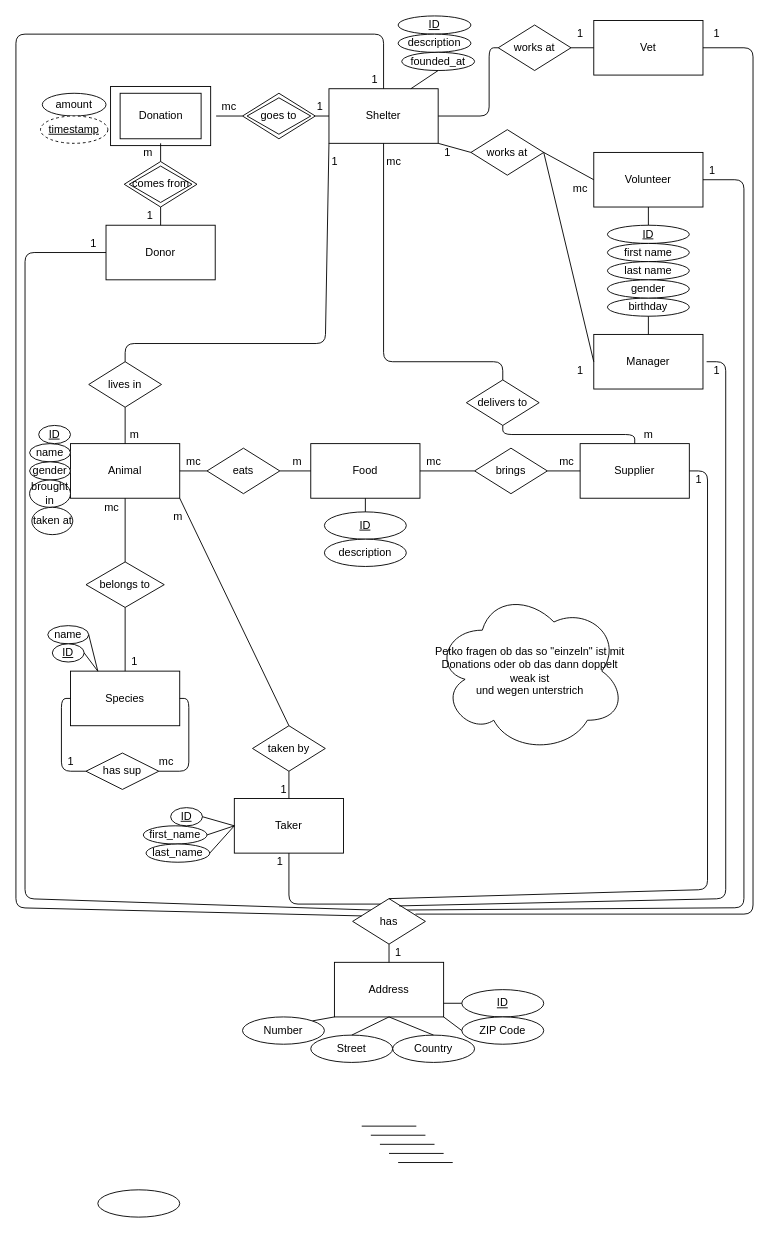
Earlier version of the draw.io diagram Chen-Notation.drawio (Mlorenz12/4.Sem_DB_Animal_Shelter). Source tidied: cells renumbered, new cells numbered last; positions are measured from the earlier drawing's top-left corner, leaving out a move shared by most shapes. Both pictures are drawn from the tidied source at 91%, with x=0, y=0 at pixel (15, 15).
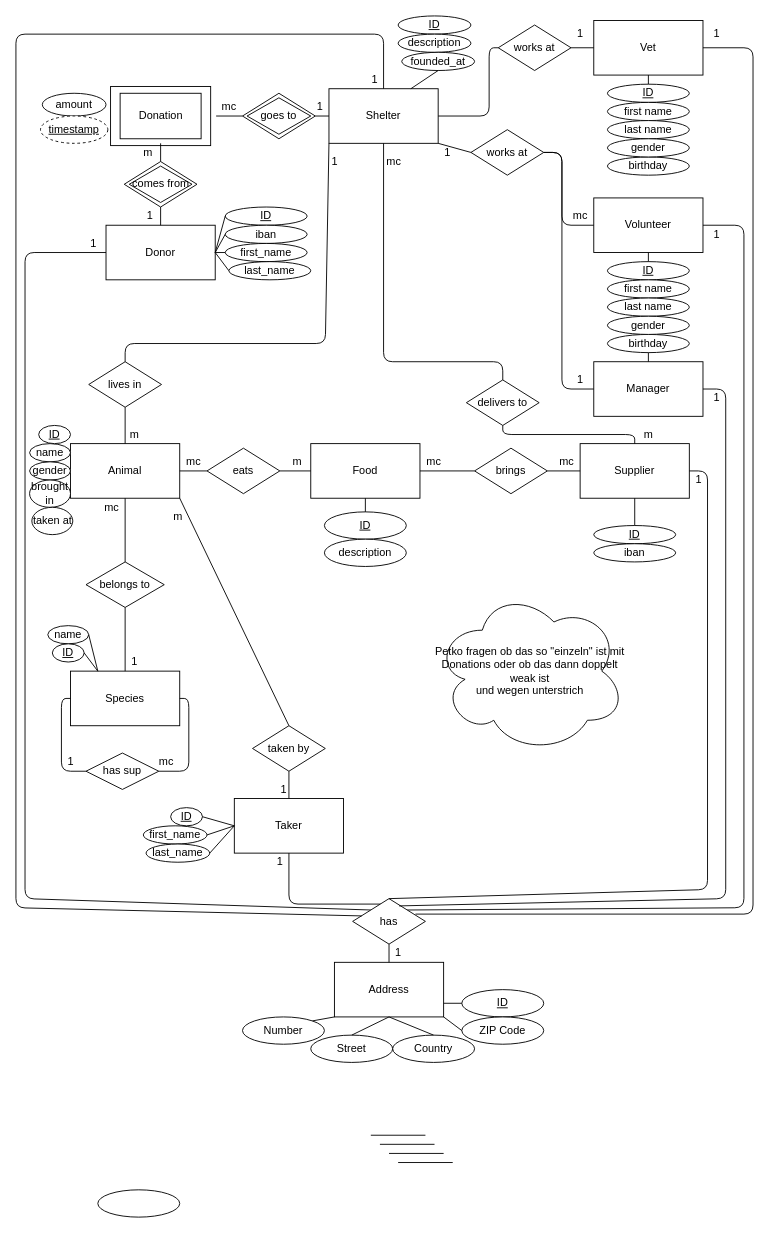
The same diagram, later.

Commit message:
Open Beta Chen-Notation.drawio

Unchanged cells that the change refers to:
```xml
<mxCell id="7" value="Donor" style="rounded=0;whiteSpace=wrap;html=1;" parent="1" vertex="1">
  <mxGeometry x="99" y="230" width="120" height="60" as="geometry" />
</mxCell>
<mxCell id="11" value="Vet" style="rounded=0;whiteSpace=wrap;html=1;" parent="1" vertex="1">
  <mxGeometry x="635" y="5" width="120" height="60" as="geometry" />
</mxCell>
<mxCell id="15" value="works at" style="rhombus;whiteSpace=wrap;html=1;" parent="1" vertex="1">
  <mxGeometry x="500" y="125" width="80" height="50" as="geometry" />
</mxCell>
<mxCell id="34" value="Supplier" style="rounded=0;whiteSpace=wrap;html=1;" parent="1" vertex="1">
  <mxGeometry x="620" y="470" width="120" height="60" as="geometry" />
</mxCell>
<mxCell id="50" value="has" style="rhombus;whiteSpace=wrap;html=1;" parent="1" vertex="1">
  <mxGeometry x="370" y="970" width="80" height="50" as="geometry" />
</mxCell>
```

Diff of the diagram source:
```diff
@@
     <mxCell id="8" value="Volunteer" style="rounded=0;whiteSpace=wrap;html=1;" parent="1" vertex="1">
-      <mxGeometry x="635" y="150" width="120" height="60" as="geometry" />
+      <mxGeometry x="635" y="200" width="120" height="60" as="geometry" />
     </mxCell>
     <mxCell id="9" value="Manager" style="rounded=0;whiteSpace=wrap;html=1;" parent="1" vertex="1">
-      <mxGeometry x="635" y="350" width="120" height="60" as="geometry" />
+      <mxGeometry x="635" y="380" width="120" height="60" as="geometry" />
     </mxCell>
@@
     <mxCell id="14" style="endArrow=none;html=1;entryX=0;entryY=0.5;entryDx=0;entryDy=0;exitX=1;exitY=0.5;exitDx=0;exitDy=0;" parent="1" edge="1" source="15" target="8">
-      <mxGeometry relative="1" as="geometry" />
+      <mxGeometry relative="1" as="geometry">
+        <Array as="points">
+          <mxPoint x="600" y="150" />
+          <mxPoint x="600" y="230" />
+        </Array>
+      </mxGeometry>
     </mxCell>
@@
     <mxCell id="25" style="endArrow=none;html=1;exitX=1;exitY=0.5;exitDx=0;exitDy=0;entryX=0;entryY=0.5;entryDx=0;entryDy=0;" parent="1" edge="1" source="15" target="9">
-      <mxGeometry relative="1" as="geometry" />
+      <mxGeometry relative="1" as="geometry">
+        <Array as="points">
+          <mxPoint x="600" y="150" />
+          <mxPoint x="600" y="410" />
+        </Array>
+      </mxGeometry>
     </mxCell>
@@
     <mxCell id="49" style="endArrow=none;html=1;exitX=1;exitY=0;exitDx=0;exitDy=0;entryX=1;entryY=0.5;entryDx=0;entryDy=0;" parent="1" edge="1" source="50" target="8">
       <mxGeometry relative="1" as="geometry">
         <Array as="points">
           <mxPoint x="800" y="980" />
-          <mxPoint x="800" y="180" />
+          <mxPoint x="800" y="230" />
         </Array>
       </mxGeometry>
     </mxCell>
@@
-    <mxCell id="53" style="endArrow=none;html=1;exitX=0.638;exitY=0.16;exitDx=0;exitDy=0;exitPerimeter=0;entryX=-0.05;entryY=0;entryDx=0;entryDy=0;entryPerimeter=0;" parent="1" edge="1" source="50" target="58">
+    <mxCell id="53" style="endArrow=none;html=1;exitX=0.638;exitY=0.16;exitDx=0;exitDy=0;exitPerimeter=0;entryX=1;entryY=0.5;entryDx=0;entryDy=0;" parent="1" edge="1" source="50" target="9">
       <mxGeometry relative="1" as="geometry">
         <Array as="points">
           <mxPoint x="780" y="970" />
-          <mxPoint x="780" y="380" />
+          <mxPoint x="780" y="410" />
         </Array>
       </mxGeometry>
     </mxCell>
@@
     <mxCell id="58" value="1" style="text;html=1;align=center;verticalAlign=middle;points=[];" parent="1" vertex="1">
-      <mxGeometry x="760" y="380" width="20" height="20" as="geometry" />
+      <mxGeometry x="760" y="410" width="20" height="20" as="geometry" />
     </mxCell>
     <mxCell id="59" value="1" style="text;html=1;align=center;verticalAlign=middle;" parent="1" vertex="1">
-      <mxGeometry x="755" y="160" width="20" height="20" as="geometry" />
+      <mxGeometry x="760" y="230" width="20" height="20" as="geometry" />
     </mxCell>
@@
-    <mxCell id="98" style="endArrow=none;html=1;" parent="1" edge="1">
-      <mxGeometry relative="1" as="geometry">
-        <mxPoint x="380" y="1220" as="sourcePoint" />
-        <mxPoint x="440" y="1220" as="targetPoint" />
-      </mxGeometry>
+    <mxCell id="98" style="endArrow=none;html=1;exitX=1;exitY=0.5;exitDx=0;exitDy=0;entryX=0;entryY=0.5;entryDx=0;entryDy=0;" parent="1" edge="1" source="7" target="141">
+      <mxGeometry relative="1" as="geometry" />
     </mxCell>
@@
     <mxCell id="124" value="mc" style="text;html=1;align=center;verticalAlign=middle;" parent="1" vertex="1">
-      <mxGeometry x="605" y="180" width="30" height="20" as="geometry" />
+      <mxGeometry x="605" y="210" width="30" height="20" as="geometry" />
     </mxCell>
     <mxCell id="125" value="1" style="text;html=1;align=center;verticalAlign=middle;" parent="1" vertex="1">
-      <mxGeometry x="610" y="380" width="20" height="20" as="geometry" />
+      <mxGeometry x="610" y="390" width="20" height="20" as="geometry" />
     </mxCell>
     <mxCell id="126" value="birthday" style="ellipse;whiteSpace=wrap;html=1;" parent="1" vertex="1">
-      <mxGeometry x="650" y="310" width="90" height="20" as="geometry" />
+      <mxGeometry x="650" y="350" width="90" height="20" as="geometry" />
     </mxCell>
     <mxCell id="127" value="&lt;u&gt;ID&lt;/u&gt;" style="ellipse;whiteSpace=wrap;html=1;" parent="1" vertex="1">
-      <mxGeometry x="650" y="230" width="90" height="20" as="geometry" />
+      <mxGeometry x="650" y="270" width="90" height="20" as="geometry" />
     </mxCell>
     <mxCell id="128" value="first name" style="ellipse;whiteSpace=wrap;html=1;" parent="1" vertex="1">
-      <mxGeometry x="650" y="250" width="90" height="20" as="geometry" />
+      <mxGeometry x="650" y="290" width="90" height="20" as="geometry" />
     </mxCell>
     <mxCell id="129" value="last name" style="ellipse;whiteSpace=wrap;html=1;" parent="1" vertex="1">
-      <mxGeometry x="650" y="270" width="90" height="20" as="geometry" />
+      <mxGeometry x="650" y="310" width="90" height="20" as="geometry" />
     </mxCell>
     <mxCell id="130" value="gender" style="ellipse;whiteSpace=wrap;html=1;" parent="1" vertex="1">
-      <mxGeometry x="650" y="290" width="90" height="20" as="geometry" />
+      <mxGeometry x="650" y="330" width="90" height="20" as="geometry" />
     </mxCell>
-    <mxCell id="131" style="endArrow=none;html=1;exitX=0.5;exitY=1;exitDx=0;exitDy=0;entryX=0.5;entryY=0;entryDx=0;entryDy=0;" parent="1" edge="1" source="8" target="127">
-      <mxGeometry relative="1" as="geometry" />
+    <mxCell id="131" style="endArrow=none;html=1;exitX=0.5;exitY=1;exitDx=0;exitDy=0;entryX=0.5;entryY=0;entryDx=0;entryDy=0;" parent="1" edge="1" target="127">
+      <mxGeometry relative="1" as="geometry">
+        <mxPoint x="695" y="260" as="sourcePoint" />
+      </mxGeometry>
     </mxCell>
@@
+    <mxCell id="138" value="&lt;u&gt;ID&lt;/u&gt;" style="ellipse;whiteSpace=wrap;html=1;" parent="1" vertex="1">
+      <mxGeometry x="230" y="210" width="90" height="20" as="geometry" />
+    </mxCell>
+    <mxCell id="139" value="iban" style="ellipse;whiteSpace=wrap;html=1;" parent="1" vertex="1">
+      <mxGeometry x="230" y="230" width="90" height="20" as="geometry" />
+    </mxCell>
+    <mxCell id="140" value="first_name" style="ellipse;whiteSpace=wrap;html=1;" parent="1" vertex="1">
+      <mxGeometry x="230" y="250" width="90" height="20" as="geometry" />
+    </mxCell>
+    <mxCell id="141" value="last_name" style="ellipse;whiteSpace=wrap;html=1;" parent="1" vertex="1">
+      <mxGeometry x="234" y="270" width="90" height="20" as="geometry" />
+    </mxCell>
+    <mxCell id="142" style="endArrow=none;html=1;exitX=1;exitY=0.5;exitDx=0;exitDy=0;entryX=0;entryY=0.5;entryDx=0;entryDy=0;" parent="1" edge="1" source="7" target="139">
+      <mxGeometry relative="1" as="geometry" />
+    </mxCell>
+    <mxCell id="143" style="endArrow=none;html=1;exitX=1;exitY=0.5;exitDx=0;exitDy=0;entryX=0;entryY=0.5;entryDx=0;entryDy=0;" parent="1" edge="1" source="7" target="138">
+      <mxGeometry relative="1" as="geometry" />
+    </mxCell>
+    <mxCell id="144" style="endArrow=none;html=1;exitX=0;exitY=0.5;exitDx=0;exitDy=0;entryX=1;entryY=0.5;entryDx=0;entryDy=0;" parent="1" edge="1" source="140" target="7">
+      <mxGeometry relative="1" as="geometry" />
+    </mxCell>
+    <mxCell id="145" value="&lt;u&gt;ID&lt;/u&gt;" style="ellipse;whiteSpace=wrap;html=1;" parent="1" vertex="1">
+      <mxGeometry x="635" y="560" width="90" height="20" as="geometry" />
+    </mxCell>
+    <mxCell id="146" value="iban" style="ellipse;whiteSpace=wrap;html=1;" parent="1" vertex="1">
+      <mxGeometry x="635" y="580" width="90" height="20" as="geometry" />
+    </mxCell>
+    <mxCell id="147" style="endArrow=none;html=1;exitX=0.5;exitY=1;exitDx=0;exitDy=0;entryX=0.5;entryY=0;entryDx=0;entryDy=0;" parent="1" edge="1" source="34" target="145">
+      <mxGeometry relative="1" as="geometry" />
+    </mxCell>
+    <mxCell id="148" value="birthday" style="ellipse;whiteSpace=wrap;html=1;" parent="1" vertex="1">
+      <mxGeometry x="650" y="155" width="90" height="20" as="geometry" />
+    </mxCell>
+    <mxCell id="149" value="&lt;u&gt;ID&lt;/u&gt;" style="ellipse;whiteSpace=wrap;html=1;" parent="1" vertex="1">
+      <mxGeometry x="650" y="75" width="90" height="20" as="geometry" />
+    </mxCell>
+    <mxCell id="150" value="first name" style="ellipse;whiteSpace=wrap;html=1;" parent="1" vertex="1">
+      <mxGeometry x="650" y="95" width="90" height="20" as="geometry" />
+    </mxCell>
+    <mxCell id="151" value="last name" style="ellipse;whiteSpace=wrap;html=1;" parent="1" vertex="1">
+      <mxGeometry x="650" y="115" width="90" height="20" as="geometry" />
+    </mxCell>
+    <mxCell id="152" value="gender" style="ellipse;whiteSpace=wrap;html=1;" parent="1" vertex="1">
+      <mxGeometry x="650" y="135" width="90" height="20" as="geometry" />
+    </mxCell>
+    <mxCell id="153" style="endArrow=none;html=1;exitX=0.5;exitY=0;exitDx=0;exitDy=0;entryX=0.5;entryY=1;entryDx=0;entryDy=0;" parent="1" edge="1" source="149" target="11">
+      <mxGeometry relative="1" as="geometry" />
+    </mxCell>
```
